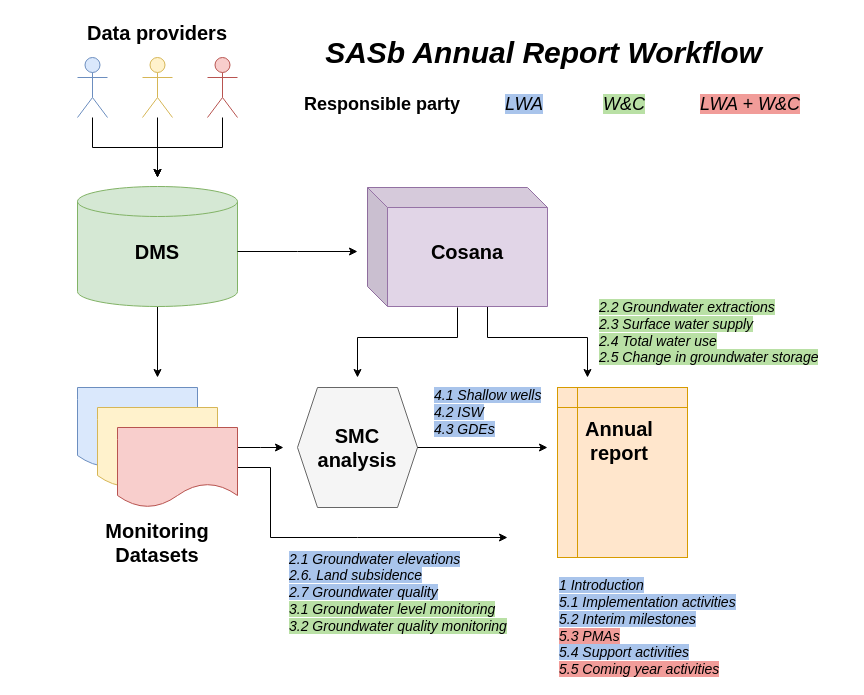
This is sasb_annual_report.drawio from richpauloo/drawio, a draw.io file, before an edit. Source tidied: cells renumbered, new cells numbered last; positions are measured from the earlier drawing's top-left corner, leaving out a move shared by most shapes. Both pictures are drawn from the tidied source at 100%, with x=0, y=0 at pixel (17, 17).
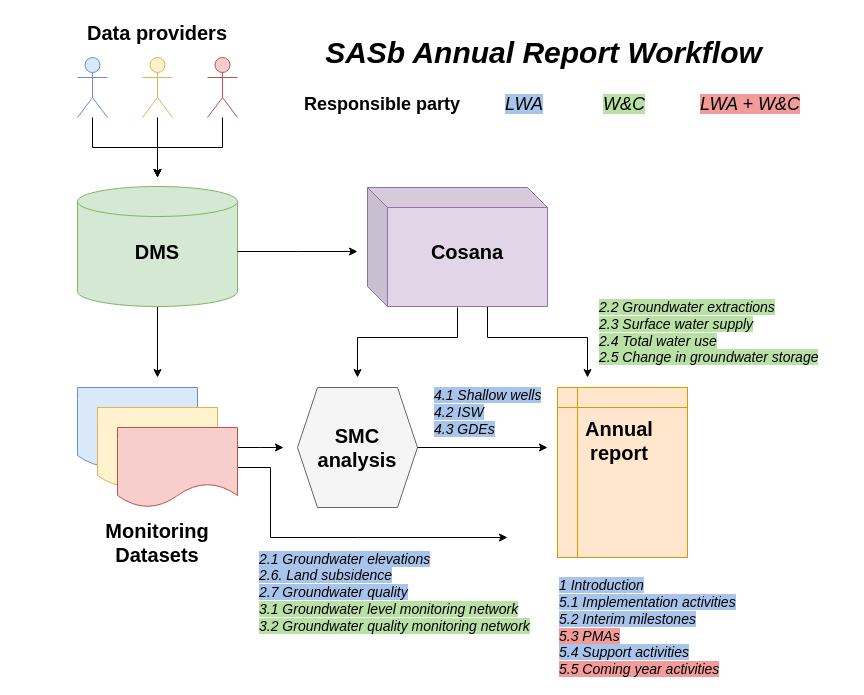
After the change.

Diff of the diagram source:
```diff
@@
-    <mxCell id="29" value="&lt;i&gt;&lt;span style=&quot;background-color: rgb(169 , 196 , 235)&quot;&gt;2.1 Groundwater elevations&lt;br&gt;2.6. Land subsidence&lt;br&gt;2.7 Groundwater quality&lt;/span&gt;&lt;br&gt;&lt;/i&gt;&lt;i&gt;&lt;span style=&quot;background-color: rgb(185 , 224 , 165)&quot;&gt;3.1 Groundwater level monitoring&lt;br&gt;3.2 Groundwater quality monitoring&lt;/span&gt;&lt;/i&gt;&lt;i&gt;&lt;br&gt;&lt;/i&gt;" style="text;html=1;strokeColor=none;fillColor=none;align=left;verticalAlign=middle;whiteSpace=wrap;rounded=0;fontSize=14;" parent="1" vertex="1">
-      <mxGeometry x="270" y="560" width="220" height="30" as="geometry" />
+    <mxCell id="29" value="&lt;i&gt;&lt;span style=&quot;background-color: rgb(169 , 196 , 235)&quot;&gt;2.1 Groundwater elevations&lt;br&gt;2.6. Land subsidence&lt;br&gt;2.7 Groundwater quality&lt;/span&gt;&lt;br&gt;&lt;/i&gt;&lt;i&gt;&lt;span style=&quot;background-color: rgb(185 , 224 , 165)&quot;&gt;3.1 Groundwater level monitoring network&lt;br&gt;3.2 Groundwater quality monitoring network&lt;/span&gt;&lt;/i&gt;&lt;i&gt;&lt;br&gt;&lt;/i&gt;" style="text;html=1;strokeColor=none;fillColor=none;align=left;verticalAlign=middle;whiteSpace=wrap;rounded=0;fontSize=14;" parent="1" vertex="1">
+      <mxGeometry x="240" y="560" width="280" height="30" as="geometry" />
     </mxCell>
```
